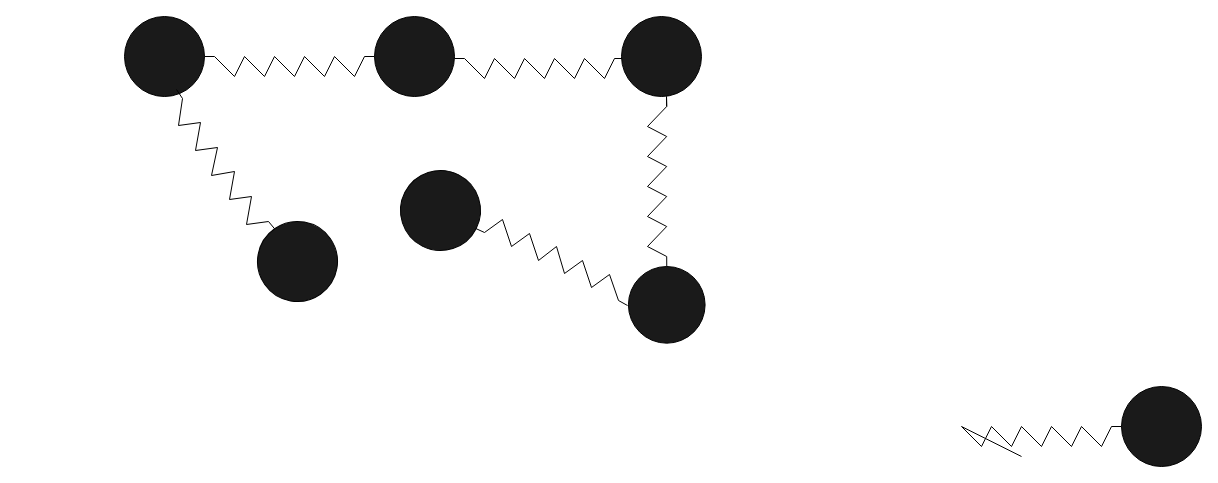
The draw.io diagram 珠簧链.drawio in mauhin/auto, before the edit. Source tidied: cells renumbered, new cells numbered last; positions are measured from the earlier drawing's top-left corner, leaving out a move shared by most shapes. Both pictures are drawn from the tidied source at 100%, with x=0, y=0 at pixel (124, 16).
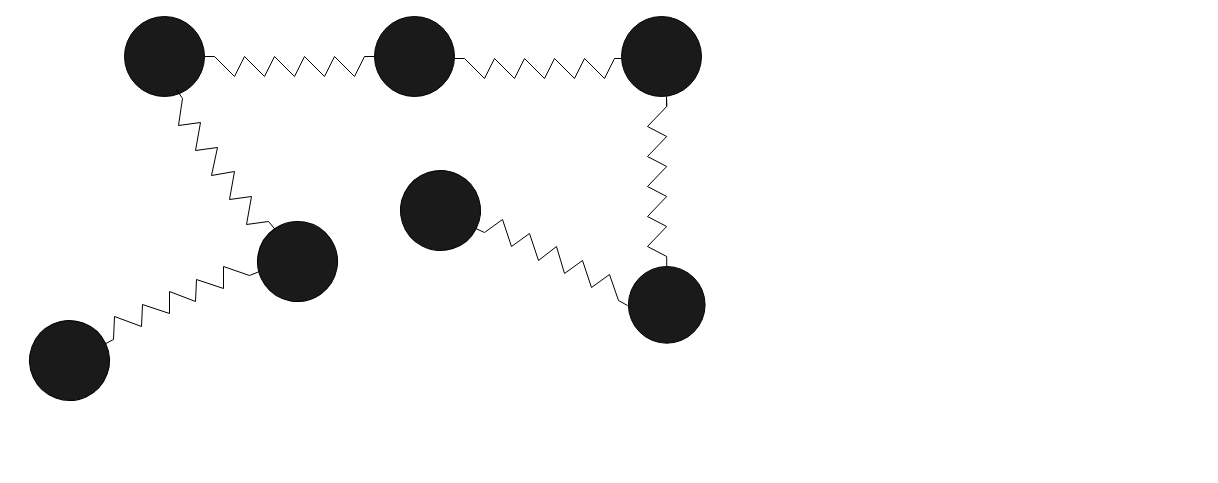
After the change.

Commit message (it also covers changes not shown here):
更新珠簧链.drawio

What changed in the source:
```diff
@@
-    <mxCell id="8" style="group;direction=north;" parent="1" vertex="1">
-      <mxGeometry x="837" y="370" width="80" height="240" as="geometry" />
-    </mxCell>
-    <mxCell id="9" style="ellipse;whiteSpace=wrap;html=1;fillColor=#1A1A1A;" parent="8" vertex="1">
-      <mxGeometry x="160" width="80" height="80" as="geometry" />
-    </mxCell>
-    <mxCell id="10" style="endArrow=none;html=1;rounded=0;exitX=1;exitY=0.5;exitDx=0;exitDy=0;entryX=0;entryY=0.5;entryDx=0;entryDy=0;" parent="8" edge="1" target="9">
-      <mxGeometry relative="1" as="geometry">
-        <mxPoint x="60" y="70" as="sourcePoint" />
-        <Array as="points">
-          <mxPoint y="40" />
-          <mxPoint x="20" y="60" />
-          <mxPoint x="30" y="40" />
-          <mxPoint x="50" y="60" />
-          <mxPoint x="60" y="40" />
-          <mxPoint x="80" y="60" />
-          <mxPoint x="90" y="40" />
-          <mxPoint x="110" y="60" />
-          <mxPoint x="120" y="40" />
-          <mxPoint x="140" y="60" />
-          <mxPoint x="150" y="40" />
-        </Array>
-      </mxGeometry>
-    </mxCell>
@@
+    <mxCell id="20" style="group;rotation=-205;" parent="1" vertex="1">
+      <mxGeometry x="-103" y="270" width="240" height="80" as="geometry" />
+    </mxCell>
+    <mxCell id="21" style="ellipse;whiteSpace=wrap;html=1;fillColor=#1A1A1A;rotation=-205;" parent="20" vertex="1">
+      <mxGeometry x="8" y="34" width="80" height="80" as="geometry" />
+    </mxCell>
+    <mxCell id="22" style="endArrow=none;html=1;rounded=0;entryX=0;entryY=0.5;entryDx=0;entryDy=0;" parent="20" edge="1" target="21">
+      <mxGeometry relative="1" as="geometry">
+        <mxPoint x="238" y="-15" as="sourcePoint" />
+        <Array as="points">
+          <mxPoint x="228" y="-11" />
+          <mxPoint x="202" y="-20" />
+          <mxPoint x="202" y="2" />
+          <mxPoint x="175" y="-7" />
+          <mxPoint x="174" y="15" />
+          <mxPoint x="148" y="5" />
+          <mxPoint x="148" y="27" />
+          <mxPoint x="121" y="18" />
+          <mxPoint x="120" y="40" />
+          <mxPoint x="93" y="30" />
+          <mxPoint x="92" y="53" />
+        </Array>
+      </mxGeometry>
+    </mxCell>
```
